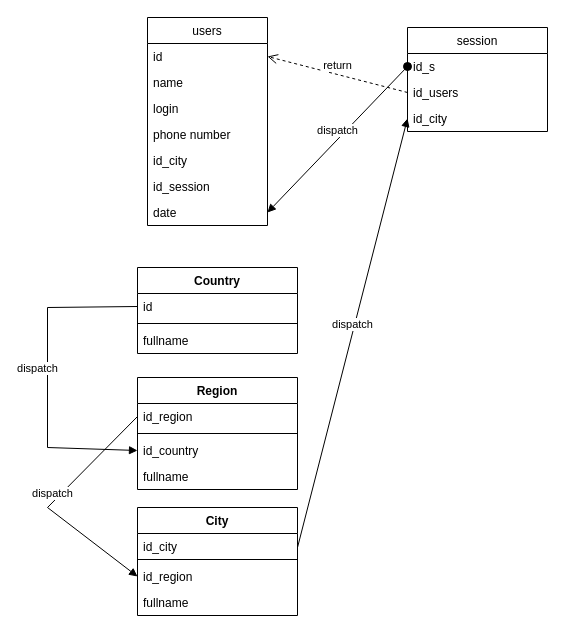
The draw.io diagram Untitled Diagram.drawio.xml in rezelput/JavaAndroidLearning, before the edit. Source tidied: cells renumbered, new cells numbered last; positions are measured from the earlier drawing's top-left corner, leaving out a move shared by most shapes. Both pictures are drawn from the tidied source at 100%, with x=0, y=0 at pixel (47, 17).
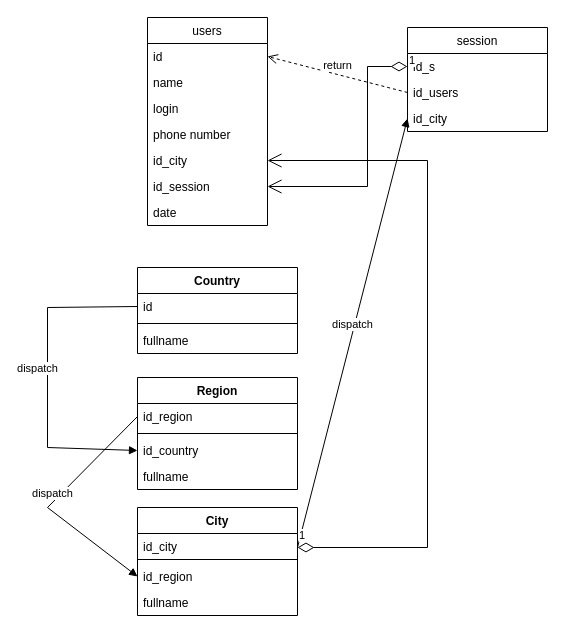
After the change.

Unchanged cells that the change refers to:
```xml
<mxCell id="7" value="id_city" style="text;strokeColor=none;fillColor=none;align=left;verticalAlign=top;spacingLeft=4;spacingRight=4;overflow=hidden;points=[[0,0.5],[1,0.5]];portConstraint=eastwest;" parent="2" vertex="1">
  <mxGeometry y="130" width="120" height="26" as="geometry" />
</mxCell>
<mxCell id="8" value="id_session" style="text;strokeColor=none;fillColor=none;align=left;verticalAlign=top;spacingLeft=4;spacingRight=4;overflow=hidden;points=[[0,0.5],[1,0.5]];portConstraint=eastwest;" parent="2" vertex="1">
  <mxGeometry y="156" width="120" height="26" as="geometry" />
</mxCell>
<mxCell id="9" value="date" style="text;strokeColor=none;fillColor=none;align=left;verticalAlign=top;spacingLeft=4;spacingRight=4;overflow=hidden;points=[[0,0.5],[1,0.5]];portConstraint=eastwest;" parent="2" vertex="1">
  <mxGeometry y="182" width="120" height="26" as="geometry" />
</mxCell>
<mxCell id="11" value="id_s" style="text;strokeColor=none;fillColor=none;align=left;verticalAlign=top;spacingLeft=4;spacingRight=4;overflow=hidden;points=[[0,0.5],[1,0.5]];portConstraint=eastwest;" parent="10" vertex="1">
  <mxGeometry y="26" width="140" height="26" as="geometry" />
</mxCell>
```

Change to the diagram source:
```diff
@@
-    <mxCell id="14" value="dispatch" style="html=1;verticalAlign=bottom;startArrow=oval;startFill=1;endArrow=block;startSize=8;rounded=0;entryX=1;entryY=0.5;entryDx=0;entryDy=0;exitX=0;exitY=0.5;exitDx=0;exitDy=0;" parent="1" edge="1" source="11" target="9">
-      <mxGeometry relative="1" as="geometry" />
-    </mxCell>
@@
+    <mxCell id="33" value="1" style="endArrow=open;html=1;endSize=12;startArrow=diamondThin;startSize=14;startFill=0;edgeStyle=orthogonalEdgeStyle;align=left;verticalAlign=bottom;rounded=0;entryX=1;entryY=0.5;entryDx=0;entryDy=0;" parent="1" edge="1" target="7">
+      <mxGeometry x="-1" y="3" relative="1" as="geometry">
+        <mxPoint x="250" y="530" as="sourcePoint" />
+        <Array as="points">
+          <mxPoint x="380" y="530" />
+          <mxPoint x="380" y="143" />
+        </Array>
+      </mxGeometry>
+    </mxCell>
+    <mxCell id="34" value="1" style="endArrow=open;html=1;endSize=12;startArrow=diamondThin;startSize=14;startFill=0;edgeStyle=orthogonalEdgeStyle;align=left;verticalAlign=bottom;rounded=0;exitX=0;exitY=0.5;exitDx=0;exitDy=0;entryX=1;entryY=0.5;entryDx=0;entryDy=0;" parent="1" edge="1" source="11" target="8">
+      <mxGeometry x="-1" y="3" relative="1" as="geometry">
+        <Array as="points">
+          <mxPoint x="320" y="49" />
+          <mxPoint x="320" y="169" />
+        </Array>
+      </mxGeometry>
+    </mxCell>
```
